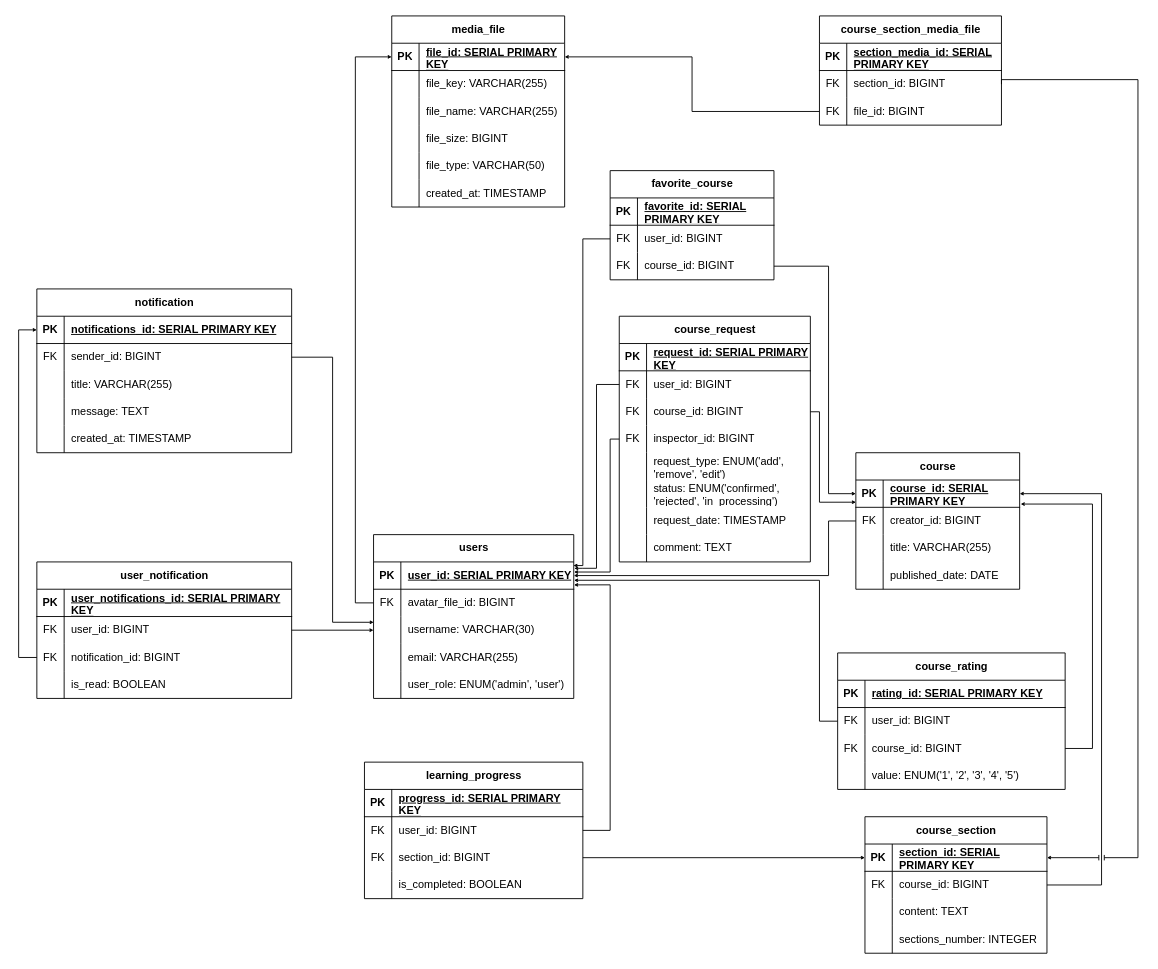
Before: diagrams/Физическая модель базы данных (Physical database model)/Физическая модель БД.drawio in sahland/9.5-Team, a draw.io diagram. Source tidied: cells renumbered, new cells numbered last; positions are measured from the earlier drawing's top-left corner, leaving out a move shared by most shapes. Both pictures are drawn from the tidied source at 91%, with x=0, y=0 at pixel (36, 15).
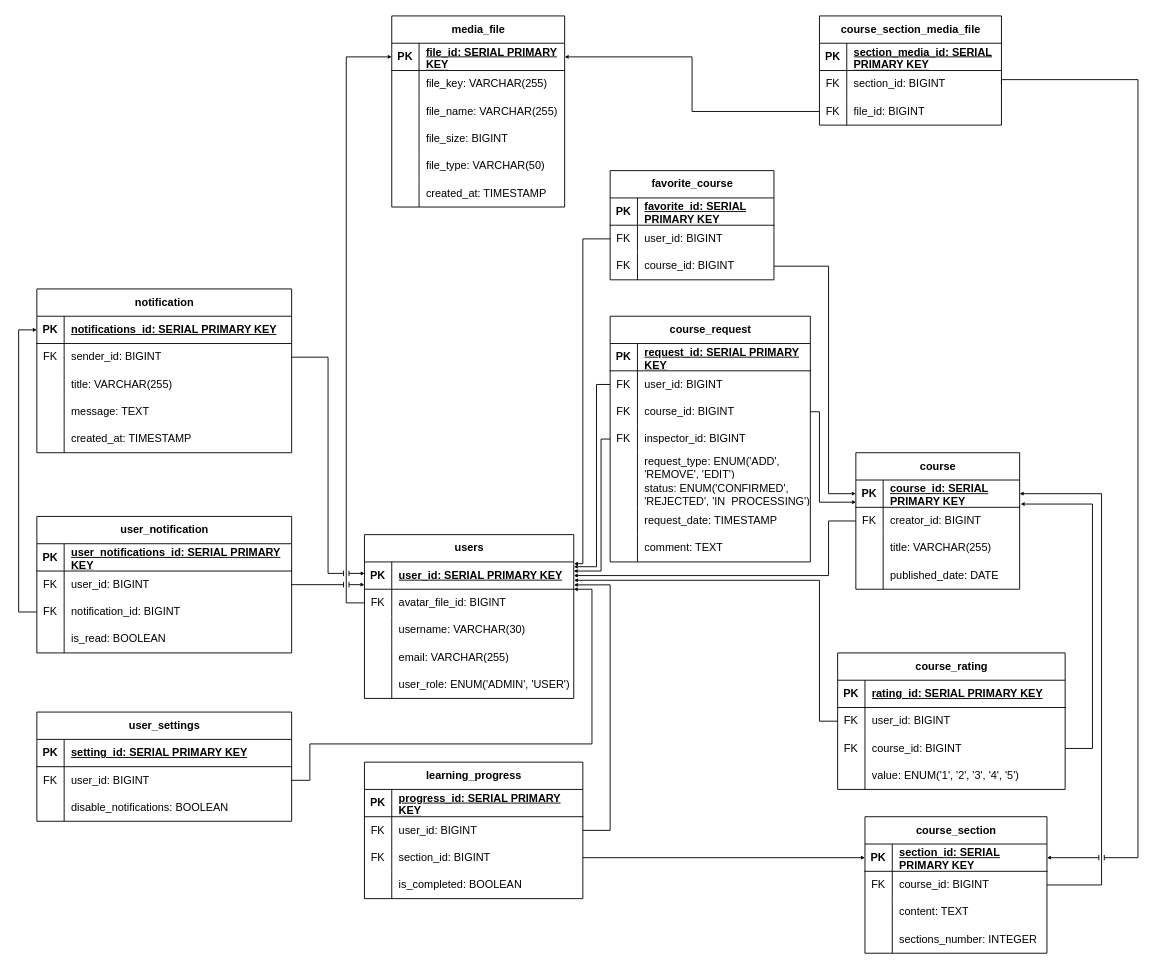
The same diagram, later.

Commit message (it also covers changes not shown here):
fix: diagrams add user_setings

Unchanged cells that the change refers to:
```xml
<mxCell id="61" style="shape=tableRow;horizontal=0;startSize=0;swimlaneHead=0;swimlaneBody=0;fillColor=none;points=[[0,0.5],[1,0.5]];portConstraint=eastwest;top=0;left=0;right=0;bottom=0;" parent="57" vertex="1">
  <mxGeometry y="60" width="180" height="30" as="geometry" />
</mxCell>
<mxCell id="116" style="shape=tableRow;horizontal=0;startSize=0;swimlaneHead=0;swimlaneBody=0;fillColor=none;points=[[0,0.5],[1,0.5]];portConstraint=eastwest;top=0;left=0;right=0;bottom=1;" parent="115" vertex="1">
  <mxGeometry y="30" width="190" height="30" as="geometry" />
</mxCell>
<mxCell id="152" style="shape=tableRow;horizontal=0;startSize=0;swimlaneHead=0;swimlaneBody=0;fillColor=none;points=[[0,0.5],[1,0.5]];portConstraint=eastwest;top=0;left=0;right=0;bottom=0;" parent="148" vertex="1">
  <mxGeometry y="60" width="280" height="30" as="geometry" />
</mxCell>
<mxCell id="168" style="shape=tableRow;horizontal=0;startSize=0;swimlaneHead=0;swimlaneBody=0;fillColor=none;points=[[0,0.5],[1,0.5]];portConstraint=eastwest;top=0;left=0;right=0;bottom=0;" parent="164" vertex="1">
  <mxGeometry y="60" width="280" height="30" as="geometry" />
</mxCell>
```

The edit, as a diff of the source:
```diff
@@
     <mxCell id="2" value="users" style="shape=table;startSize=30;childLayout=tableLayout;rowLines=0;fontStyle=1;align=center;html=1;" parent="1" vertex="1">
-      <mxGeometry x="370" y="570" width="220" height="180" as="geometry" />
+      <mxGeometry x="360" y="570" width="230" height="180" as="geometry" />
     </mxCell>
     <mxCell id="3" style="shape=tableRow;horizontal=0;startSize=0;swimlaneHead=0;swimlaneBody=0;fillColor=none;points=[[0,0.5],[1,0.5]];portConstraint=eastwest;top=0;left=0;right=0;bottom=1;" parent="2" vertex="1">
-      <mxGeometry y="30" width="220" height="30" as="geometry" />
+      <mxGeometry y="30" width="230" height="30" as="geometry" />
     </mxCell>
@@
     <mxCell id="5" value="user_id:&amp;nbsp;SERIAL PRIMARY KEY" style="shape=partialRectangle;fillColor=none;top=0;left=0;bottom=0;right=0;align=left;spacingLeft=6;fontStyle=5;overflow=hidden;whiteSpace=wrap;html=1;" parent="3" vertex="1">
-      <mxGeometry x="30" width="190" height="30" as="geometry" />
+      <mxGeometry x="30" width="200" height="30" as="geometry" />
     </mxCell>
     <mxCell id="6" style="shape=tableRow;horizontal=0;startSize=0;swimlaneHead=0;swimlaneBody=0;fillColor=none;points=[[0,0.5],[1,0.5]];portConstraint=eastwest;top=0;left=0;right=0;bottom=0;" parent="2" vertex="1">
-      <mxGeometry y="60" width="220" height="30" as="geometry" />
+      <mxGeometry y="60" width="230" height="30" as="geometry" />
     </mxCell>
@@
     <mxCell id="8" value="avatar_file_id: BIGINT" style="shape=partialRectangle;fillColor=none;top=0;left=0;bottom=0;right=0;align=left;spacingLeft=6;overflow=hidden;whiteSpace=wrap;html=1;" parent="6" vertex="1">
-      <mxGeometry x="30" width="190" height="30" as="geometry" />
+      <mxGeometry x="30" width="200" height="30" as="geometry" />
     </mxCell>
     <mxCell id="9" style="shape=tableRow;horizontal=0;startSize=0;swimlaneHead=0;swimlaneBody=0;fillColor=none;points=[[0,0.5],[1,0.5]];portConstraint=eastwest;top=0;left=0;right=0;bottom=0;" parent="2" vertex="1">
-      <mxGeometry y="90" width="220" height="30" as="geometry" />
+      <mxGeometry y="90" width="230" height="30" as="geometry" />
     </mxCell>
@@
     <mxCell id="11" value="username: VARCHAR(30)" style="shape=partialRectangle;fillColor=none;top=0;left=0;bottom=0;right=0;align=left;spacingLeft=6;overflow=hidden;whiteSpace=wrap;html=1;" parent="9" vertex="1">
-      <mxGeometry x="30" width="190" height="30" as="geometry" />
+      <mxGeometry x="30" width="200" height="30" as="geometry" />
     </mxCell>
     <mxCell id="12" style="shape=tableRow;horizontal=0;startSize=0;swimlaneHead=0;swimlaneBody=0;fillColor=none;top=0;left=0;right=0;bottom=0;" parent="2" vertex="1">
-      <mxGeometry y="120" width="220" height="30" as="geometry" />
+      <mxGeometry y="120" width="230" height="30" as="geometry" />
     </mxCell>
@@
     <mxCell id="14" value="email: VARCHAR(255)" style="shape=partialRectangle;fillColor=none;top=0;left=0;bottom=0;right=0;align=left;spacingLeft=6;overflow=hidden;whiteSpace=wrap;html=1;" parent="12" vertex="1">
-      <mxGeometry x="30" width="190" height="30" as="geometry" />
+      <mxGeometry x="30" width="200" height="30" as="geometry" />
     </mxCell>
     <mxCell id="15" style="shape=tableRow;horizontal=0;startSize=0;swimlaneHead=0;swimlaneBody=0;fillColor=none;top=0;left=0;right=0;bottom=0;" parent="2" vertex="1">
-      <mxGeometry y="150" width="220" height="30" as="geometry" />
+      <mxGeometry y="150" width="230" height="30" as="geometry" />
     </mxCell>
@@
-    <mxCell id="17" value="user_role: ENUM('admin', 'user')" style="shape=partialRectangle;fillColor=none;top=0;left=0;bottom=0;right=0;align=left;spacingLeft=6;overflow=hidden;whiteSpace=wrap;html=1;" parent="15" vertex="1">
-      <mxGeometry x="30" width="190" height="30" as="geometry" />
+    <mxCell id="17" value="user_role: ENUM('ADMIN', 'USER')" style="shape=partialRectangle;fillColor=none;top=0;left=0;bottom=0;right=0;align=left;spacingLeft=6;overflow=hidden;whiteSpace=wrap;html=1;" parent="15" vertex="1">
+      <mxGeometry x="30" width="200" height="30" as="geometry" />
     </mxCell>
@@
     <mxCell id="80" value="course_request" style="shape=table;startSize=30;childLayout=tableLayout;rowLines=0;fontStyle=1;align=center;html=1;" parent="1" vertex="1">
-      <mxGeometry x="640" y="330" width="210" height="270" as="geometry" />
+      <mxGeometry x="630" y="330" width="220" height="270" as="geometry" />
     </mxCell>
     <mxCell id="81" style="shape=tableRow;horizontal=0;startSize=0;swimlaneHead=0;swimlaneBody=0;fillColor=none;top=0;left=0;right=0;bottom=1;" parent="80" vertex="1">
-      <mxGeometry y="30" width="210" height="30" as="geometry" />
+      <mxGeometry y="30" width="220" height="30" as="geometry" />
     </mxCell>
@@
     <mxCell id="83" value="request_id:&amp;nbsp;SERIAL PRIMARY KEY" style="shape=partialRectangle;fillColor=none;top=0;left=0;bottom=0;right=0;align=left;spacingLeft=6;fontStyle=5;overflow=hidden;whiteSpace=wrap;html=1;" parent="81" vertex="1">
-      <mxGeometry x="30" width="180" height="30" as="geometry" />
+      <mxGeometry x="30" width="190" height="30" as="geometry" />
     </mxCell>
     <mxCell id="84" style="shape=tableRow;horizontal=0;startSize=0;swimlaneHead=0;swimlaneBody=0;fillColor=none;points=[[0,0.5],[1,0.5]];portConstraint=eastwest;top=0;left=0;right=0;bottom=0;" parent="80" vertex="1">
-      <mxGeometry y="60" width="210" height="30" as="geometry" />
+      <mxGeometry y="60" width="220" height="30" as="geometry" />
     </mxCell>
@@
     <mxCell id="86" value="user_id: BIGINT" style="shape=partialRectangle;fillColor=none;top=0;left=0;bottom=0;right=0;align=left;spacingLeft=6;overflow=hidden;whiteSpace=wrap;html=1;" parent="84" vertex="1">
-      <mxGeometry x="30" width="180" height="30" as="geometry" />
+      <mxGeometry x="30" width="190" height="30" as="geometry" />
     </mxCell>
     <mxCell id="87" style="shape=tableRow;horizontal=0;startSize=0;swimlaneHead=0;swimlaneBody=0;fillColor=none;points=[[0,0.5],[1,0.5]];portConstraint=eastwest;top=0;left=0;right=0;bottom=0;" parent="80" vertex="1">
-      <mxGeometry y="90" width="210" height="30" as="geometry" />
+      <mxGeometry y="90" width="220" height="30" as="geometry" />
     </mxCell>
@@
     <mxCell id="89" value="course_id: BIGINT" style="shape=partialRectangle;fillColor=none;top=0;left=0;bottom=0;right=0;align=left;spacingLeft=6;overflow=hidden;whiteSpace=wrap;html=1;" parent="87" vertex="1">
-      <mxGeometry x="30" width="180" height="30" as="geometry" />
+      <mxGeometry x="30" width="190" height="30" as="geometry" />
     </mxCell>
     <mxCell id="90" style="shape=tableRow;horizontal=0;startSize=0;swimlaneHead=0;swimlaneBody=0;fillColor=none;points=[[0,0.5],[1,0.5]];portConstraint=eastwest;top=0;left=0;right=0;bottom=0;" parent="80" vertex="1">
-      <mxGeometry y="120" width="210" height="30" as="geometry" />
+      <mxGeometry y="120" width="220" height="30" as="geometry" />
     </mxCell>
@@
     <mxCell id="92" value="inspector_id: BIGINT" style="shape=partialRectangle;fillColor=none;top=0;left=0;bottom=0;right=0;align=left;spacingLeft=6;overflow=hidden;whiteSpace=wrap;html=1;" parent="90" vertex="1">
-      <mxGeometry x="30" width="180" height="30" as="geometry" />
+      <mxGeometry x="30" width="190" height="30" as="geometry" />
     </mxCell>
     <mxCell id="93" style="shape=tableRow;horizontal=0;startSize=0;swimlaneHead=0;swimlaneBody=0;fillColor=none;top=0;left=0;right=0;bottom=0;" parent="80" vertex="1">
-      <mxGeometry y="150" width="210" height="30" as="geometry" />
+      <mxGeometry y="150" width="220" height="30" as="geometry" />
     </mxCell>
@@
-    <mxCell id="95" value="request_type: ENUM('add', 'remove', 'edit')" style="shape=partialRectangle;fillColor=none;top=0;left=0;bottom=0;right=0;align=left;spacingLeft=6;overflow=hidden;whiteSpace=wrap;html=1;" parent="93" vertex="1">
-      <mxGeometry x="30" width="180" height="30" as="geometry" />
+    <mxCell id="95" value="request_type: ENUM('ADD', 'REMOVE', 'EDIT')" style="shape=partialRectangle;fillColor=none;top=0;left=0;bottom=0;right=0;align=left;spacingLeft=6;overflow=hidden;whiteSpace=wrap;html=1;" parent="93" vertex="1">
+      <mxGeometry x="30" width="190" height="30" as="geometry" />
     </mxCell>
     <mxCell id="96" style="shape=tableRow;horizontal=0;startSize=0;swimlaneHead=0;swimlaneBody=0;fillColor=none;top=0;left=0;right=0;bottom=0;" parent="80" vertex="1">
-      <mxGeometry y="180" width="210" height="30" as="geometry" />
+      <mxGeometry y="180" width="220" height="30" as="geometry" />
     </mxCell>
@@
-    <mxCell id="98" value="status: ENUM('confirmed', 'rejected', 'in_processing')" style="shape=partialRectangle;fillColor=none;top=0;left=0;bottom=0;right=0;align=left;spacingLeft=6;overflow=hidden;whiteSpace=wrap;html=1;" parent="96" vertex="1">
-      <mxGeometry x="30" width="180" height="30" as="geometry" />
+    <mxCell id="98" value="status: ENUM('CONFIRMED', 'REJECTED', 'IN_PROCESSING')" style="shape=partialRectangle;fillColor=none;top=0;left=0;bottom=0;right=0;align=left;spacingLeft=6;overflow=hidden;whiteSpace=wrap;html=1;" parent="96" vertex="1">
+      <mxGeometry x="30" width="190" height="30" as="geometry" />
     </mxCell>
     <mxCell id="99" style="shape=tableRow;horizontal=0;startSize=0;swimlaneHead=0;swimlaneBody=0;fillColor=none;top=0;left=0;right=0;bottom=0;" parent="80" vertex="1">
-      <mxGeometry y="210" width="210" height="30" as="geometry" />
+      <mxGeometry y="210" width="220" height="30" as="geometry" />
     </mxCell>
@@
     <mxCell id="101" value="request_date:&amp;nbsp;TIMESTAMP" style="shape=partialRectangle;fillColor=none;top=0;left=0;bottom=0;right=0;align=left;spacingLeft=6;overflow=hidden;whiteSpace=wrap;html=1;" parent="99" vertex="1">
-      <mxGeometry x="30" width="180" height="30" as="geometry" />
+      <mxGeometry x="30" width="190" height="30" as="geometry" />
     </mxCell>
     <mxCell id="102" style="shape=tableRow;horizontal=0;startSize=0;swimlaneHead=0;swimlaneBody=0;fillColor=none;top=0;left=0;right=0;bottom=0;" parent="80" vertex="1">
-      <mxGeometry y="240" width="210" height="30" as="geometry" />
+      <mxGeometry y="240" width="220" height="30" as="geometry" />
     </mxCell>
@@
     <mxCell id="104" value="comment: TEXT" style="shape=partialRectangle;fillColor=none;top=0;left=0;bottom=0;right=0;align=left;spacingLeft=6;overflow=hidden;whiteSpace=wrap;html=1;" parent="102" vertex="1">
-      <mxGeometry x="30" width="180" height="30" as="geometry" />
+      <mxGeometry x="30" width="190" height="30" as="geometry" />
     </mxCell>
@@
-    <mxCell id="106" style="edgeStyle=orthogonalEdgeStyle;rounded=0;jettySize=auto;html=1;entryX=0.998;entryY=0.133;entryDx=0;entryDy=0;entryPerimeter=0;strokeWidth=1;endSize=2;" parent="1" edge="1" source="61" target="3">
+    <mxCell id="106" style="edgeStyle=orthogonalEdgeStyle;rounded=0;jettySize=auto;html=1;entryX=1.001;entryY=0.064;entryDx=0;entryDy=0;entryPerimeter=0;strokeWidth=1;endSize=2;" parent="1" edge="1" source="61" target="3">
       <mxGeometry relative="1" as="geometry">
         <Array as="points">
           <mxPoint x="600" y="245" />
-          <mxPoint x="600" y="604" />
+          <mxPoint x="600" y="602" />
+          <mxPoint x="590" y="602" />
         </Array>
       </mxGeometry>
     </mxCell>
@@
-    <mxCell id="113" style="edgeStyle=orthogonalEdgeStyle;rounded=0;jettySize=auto;html=1;endSize=2;entryX=1.002;entryY=0.236;entryDx=0;entryDy=0;entryPerimeter=0;" parent="1" edge="1" source="84" target="3">
+    <mxCell id="113" style="edgeStyle=orthogonalEdgeStyle;rounded=0;jettySize=auto;html=1;endSize=2;entryX=1;entryY=0.176;entryDx=0;entryDy=0;entryPerimeter=0;" parent="1" edge="1" source="84" target="3">
       <mxGeometry relative="1" as="geometry">
         <Array as="points">
           <mxPoint x="615" y="405" />
-          <mxPoint x="615" y="607" />
-          <mxPoint x="600" y="607" />
+          <mxPoint x="615" y="605" />
         </Array>
       </mxGeometry>
     </mxCell>
@@
-    <mxCell id="146" style="edgeStyle=orthogonalEdgeStyle;rounded=0;jettySize=auto;html=1;entryX=0;entryY=0.5;entryDx=0;entryDy=0;endSize=6;startSize=2;startArrow=classic;startFill=1;endArrow=none;endFill=0;exitX=0;exitY=0.5;exitDx=0;exitDy=0;" parent="1" edge="1" source="116" target="6">
+    <mxCell id="146" style="edgeStyle=orthogonalEdgeStyle;rounded=0;jettySize=auto;html=1;entryX=0;entryY=0.5;entryDx=0;entryDy=0;endSize=6;startSize=2;startArrow=classic;startFill=1;endArrow=none;endFill=0;exitX=0;exitY=0.5;exitDx=0;exitDy=0;jumpStyle=none;" parent="1" edge="1" source="116" target="6">
       <mxGeometry relative="1" as="geometry">
         <Array as="points">
-          <mxPoint x="350" y="45" />
-          <mxPoint x="350" y="645" />
+          <mxPoint x="340" y="45" />
+          <mxPoint x="340" y="645" />
         </Array>
       </mxGeometry>
     </mxCell>
-    <mxCell id="147" style="edgeStyle=orthogonalEdgeStyle;rounded=0;jettySize=auto;html=1;entryX=1.001;entryY=0.37;entryDx=0;entryDy=0;entryPerimeter=0;endSize=2;" parent="1" edge="1" source="90" target="3">
+    <mxCell id="147" style="edgeStyle=orthogonalEdgeStyle;rounded=0;jettySize=auto;html=1;endSize=2;" parent="1" edge="1" source="90">
       <mxGeometry relative="1" as="geometry">
+        <mxPoint x="590" y="610" as="targetPoint" />
         <Array as="points">
-          <mxPoint x="630" y="465" />
-          <mxPoint x="630" y="611" />
+          <mxPoint x="620" y="465" />
+          <mxPoint x="620" y="610" />
         </Array>
       </mxGeometry>
     </mxCell>
@@
     <mxCell id="164" value="user_notification" style="shape=table;startSize=30;childLayout=tableLayout;rowLines=0;fontStyle=1;align=center;html=1;" parent="1" vertex="1">
-      <mxGeometry y="600" width="280" height="150" as="geometry" />
+      <mxGeometry y="550" width="280" height="150" as="geometry" />
     </mxCell>
@@
-    <mxCell id="178" style="edgeStyle=orthogonalEdgeStyle;rounded=0;jettySize=auto;html=1;entryX=0;entryY=0.5;entryDx=0;entryDy=0;endSize=2;" parent="1" edge="1" source="168" target="9">
+    <mxCell id="178" style="edgeStyle=orthogonalEdgeStyle;rounded=0;jettySize=auto;html=1;entryX=0;entryY=0.833;entryDx=0;entryDy=0;endSize=2;entryPerimeter=0;jumpStyle=line;" parent="1" edge="1" source="168" target="3">
       <mxGeometry relative="1" as="geometry" />
     </mxCell>
-    <mxCell id="179" style="edgeStyle=orthogonalEdgeStyle;rounded=0;jettySize=auto;html=1;entryX=0.001;entryY=0.211;entryDx=0;entryDy=0;entryPerimeter=0;endSize=2;" parent="1" edge="1" source="152" target="9">
+    <mxCell id="179" style="edgeStyle=orthogonalEdgeStyle;rounded=0;jettySize=auto;html=1;entryX=0.001;entryY=0.42;entryDx=0;entryDy=0;entryPerimeter=0;endSize=2;jumpStyle=line;" parent="1" edge="1" source="152" target="3">
       <mxGeometry relative="1" as="geometry" />
     </mxCell>
+    <mxCell id="180" value="user_settings" style="shape=table;startSize=30;childLayout=tableLayout;rowLines=0;fontStyle=1;align=center;html=1;" parent="1" vertex="1">
+      <mxGeometry y="765" width="280" height="120" as="geometry" />
+    </mxCell>
+    <mxCell id="181" style="shape=tableRow;horizontal=0;startSize=0;swimlaneHead=0;swimlaneBody=0;fillColor=none;top=0;left=0;right=0;bottom=1;" parent="180" vertex="1">
+      <mxGeometry y="30" width="280" height="30" as="geometry" />
+    </mxCell>
+    <mxCell id="182" value="PK" style="shape=partialRectangle;fillColor=none;top=0;left=0;bottom=0;right=0;fontStyle=1;overflow=hidden;whiteSpace=wrap;html=1;" parent="181" vertex="1">
+      <mxGeometry width="30" height="30" as="geometry" />
+    </mxCell>
+    <mxCell id="183" value="&lt;div style=&quot;text-align: center;&quot;&gt;&lt;span style=&quot;background-color: initial; text-wrap: nowrap;&quot;&gt;setting_id&lt;/span&gt;&lt;span style=&quot;background-color: initial; text-align: left;&quot;&gt;:&amp;nbsp;SERIAL PRIMARY KEY&lt;/span&gt;&lt;/div&gt;" style="shape=partialRectangle;fillColor=none;top=0;left=0;bottom=0;right=0;align=left;spacingLeft=6;fontStyle=5;overflow=hidden;whiteSpace=wrap;html=1;" parent="181" vertex="1">
+      <mxGeometry x="30" width="250" height="30" as="geometry" />
+    </mxCell>
+    <mxCell id="184" style="shape=tableRow;horizontal=0;startSize=0;swimlaneHead=0;swimlaneBody=0;fillColor=none;points=[[0,0.5],[1,0.5]];portConstraint=eastwest;top=0;left=0;right=0;bottom=0;" parent="180" vertex="1">
+      <mxGeometry y="60" width="280" height="30" as="geometry" />
+    </mxCell>
+    <mxCell id="185" value="FK" style="shape=partialRectangle;fillColor=none;top=0;left=0;bottom=0;right=0;overflow=hidden;whiteSpace=wrap;html=1;" parent="184" vertex="1">
+      <mxGeometry width="30" height="30" as="geometry" />
+    </mxCell>
+    <mxCell id="186" value="user_id: BIGINT" style="shape=partialRectangle;fillColor=none;top=0;left=0;bottom=0;right=0;align=left;spacingLeft=6;overflow=hidden;whiteSpace=wrap;html=1;" parent="184" vertex="1">
+      <mxGeometry x="30" width="250" height="30" as="geometry" />
+    </mxCell>
+    <mxCell id="187" style="shape=tableRow;horizontal=0;startSize=0;swimlaneHead=0;swimlaneBody=0;fillColor=none;top=0;left=0;right=0;bottom=0;" parent="180" vertex="1">
+      <mxGeometry y="90" width="280" height="30" as="geometry" />
+    </mxCell>
+    <mxCell id="188" style="shape=partialRectangle;fillColor=none;top=0;left=0;bottom=0;right=0;overflow=hidden;whiteSpace=wrap;html=1;" parent="187" vertex="1">
+      <mxGeometry width="30" height="30" as="geometry" />
+    </mxCell>
+    <mxCell id="189" value="disable_notifications: BOOLEAN" style="shape=partialRectangle;fillColor=none;top=0;left=0;bottom=0;right=0;align=left;spacingLeft=6;overflow=hidden;whiteSpace=wrap;html=1;" parent="187" vertex="1">
+      <mxGeometry x="30" width="250" height="30" as="geometry" />
+    </mxCell>
+    <mxCell id="190" style="edgeStyle=orthogonalEdgeStyle;rounded=0;jettySize=auto;html=1;endSize=2;" parent="1" edge="1" source="184">
+      <mxGeometry relative="1" as="geometry">
+        <mxPoint x="590" y="630" as="targetPoint" />
+        <Array as="points">
+          <mxPoint x="300" y="840" />
+          <mxPoint x="300" y="800" />
+          <mxPoint x="610" y="800" />
+          <mxPoint x="610" y="630" />
+          <mxPoint x="590" y="630" />
+        </Array>
+      </mxGeometry>
+    </mxCell>
```
